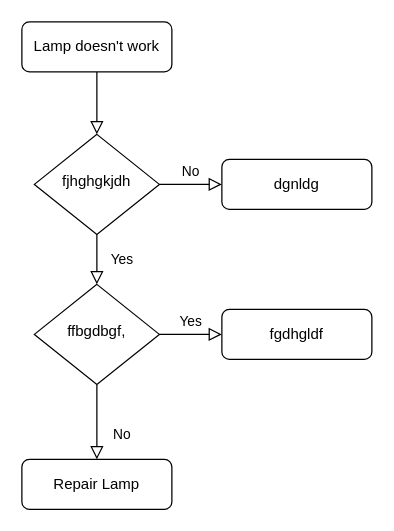
Before: Диаграмма без названия.drawio in P1ksel01/Chekmarev908, a draw.io diagram. Source tidied: cells renumbered, new cells numbered last; positions are measured from the earlier drawing's top-left corner, leaving out a move shared by most shapes. Both pictures are drawn from the tidied source at 125%, with x=0, y=0 at pixel (21, 21).
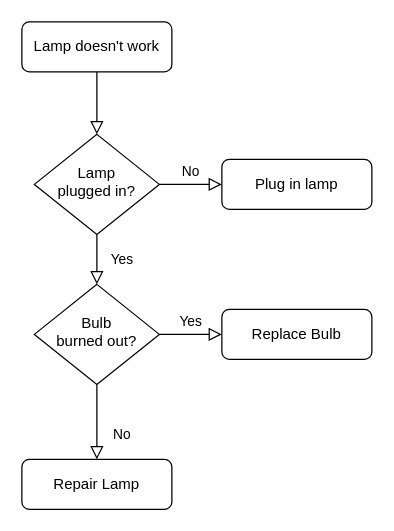
The same diagram, later.

What changed in the source:
```diff
@@
 <mxGraphModel>
   <root>
     <mxCell id="0" />
     <mxCell id="1" parent="0" />
     <mxCell id="2" style="rounded=0;html=1;jettySize=auto;fontSize=11;endArrow=block;endFill=0;endSize=8;strokeWidth=1;shadow=0;labelBackgroundColor=none;edgeStyle=orthogonalEdgeStyle;" parent="1" edge="1" source="3" target="6">
       <mxGeometry relative="1" as="geometry" />
     </mxCell>
     <mxCell id="3" value="Lamp doesn't work" style="rounded=1;whiteSpace=wrap;html=1;fontSize=12;glass=0;strokeWidth=1;shadow=0;" parent="1" vertex="1">
       <mxGeometry width="120" height="40" as="geometry" />
     </mxCell>
     <mxCell id="4" value="Yes" style="rounded=0;html=1;jettySize=auto;fontSize=11;endArrow=block;endFill=0;endSize=8;strokeWidth=1;shadow=0;labelBackgroundColor=none;edgeStyle=orthogonalEdgeStyle;" parent="1" edge="1" source="6" target="10">
       <mxGeometry y="20" relative="1" as="geometry" />
     </mxCell>
     <mxCell id="5" value="No" style="edgeStyle=orthogonalEdgeStyle;rounded=0;html=1;jettySize=auto;fontSize=11;endArrow=block;endFill=0;endSize=8;strokeWidth=1;shadow=0;labelBackgroundColor=none;" parent="1" edge="1" source="6" target="7">
       <mxGeometry y="10" relative="1" as="geometry" />
     </mxCell>
-    <mxCell id="6" value="fjhghgkjdh" style="rhombus;whiteSpace=wrap;html=1;shadow=0;fontFamily=Helvetica;fontSize=12;align=center;strokeWidth=1;spacing=6;spacingTop=-4;" parent="1" vertex="1">
+    <mxCell id="6" value="Lamp&lt;br&gt;plugged in?" style="rhombus;whiteSpace=wrap;html=1;shadow=0;fontFamily=Helvetica;fontSize=12;align=center;strokeWidth=1;spacing=6;spacingTop=-4;" parent="1" vertex="1">
       <mxGeometry x="10" y="90" width="100" height="80" as="geometry" />
     </mxCell>
-    <mxCell id="7" value="dgnldg" style="rounded=1;whiteSpace=wrap;html=1;fontSize=12;glass=0;strokeWidth=1;shadow=0;" parent="1" vertex="1">
+    <mxCell id="7" value="Plug in lamp" style="rounded=1;whiteSpace=wrap;html=1;fontSize=12;glass=0;strokeWidth=1;shadow=0;" parent="1" vertex="1">
       <mxGeometry x="160" y="110" width="120" height="40" as="geometry" />
     </mxCell>
     <mxCell id="8" value="No" style="rounded=0;html=1;jettySize=auto;fontSize=11;endArrow=block;endFill=0;endSize=8;strokeWidth=1;shadow=0;labelBackgroundColor=none;edgeStyle=orthogonalEdgeStyle;" parent="1" edge="1" source="10" target="11">
       <mxGeometry x="0.33" y="20" relative="1" as="geometry" />
     </mxCell>
     <mxCell id="9" value="Yes" style="edgeStyle=orthogonalEdgeStyle;rounded=0;html=1;jettySize=auto;fontSize=11;endArrow=block;endFill=0;endSize=8;strokeWidth=1;shadow=0;labelBackgroundColor=none;" parent="1" edge="1" source="10" target="12">
       <mxGeometry y="10" relative="1" as="geometry" />
     </mxCell>
-    <mxCell id="10" value="ffbgdbgf," style="rhombus;whiteSpace=wrap;html=1;shadow=0;fontFamily=Helvetica;fontSize=12;align=center;strokeWidth=1;spacing=6;spacingTop=-4;" parent="1" vertex="1">
+    <mxCell id="10" value="Bulb&lt;br&gt;burned out?" style="rhombus;whiteSpace=wrap;html=1;shadow=0;fontFamily=Helvetica;fontSize=12;align=center;strokeWidth=1;spacing=6;spacingTop=-4;" parent="1" vertex="1">
       <mxGeometry x="10" y="210" width="100" height="80" as="geometry" />
     </mxCell>
     <mxCell id="11" value="Repair Lamp" style="rounded=1;whiteSpace=wrap;html=1;fontSize=12;glass=0;strokeWidth=1;shadow=0;" parent="1" vertex="1">
       <mxGeometry y="350" width="120" height="40" as="geometry" />
     </mxCell>
-    <mxCell id="12" value="fgdhgldf" style="rounded=1;whiteSpace=wrap;html=1;fontSize=12;glass=0;strokeWidth=1;shadow=0;" parent="1" vertex="1">
+    <mxCell id="12" value="Replace Bulb" style="rounded=1;whiteSpace=wrap;html=1;fontSize=12;glass=0;strokeWidth=1;shadow=0;" parent="1" vertex="1">
       <mxGeometry x="160" y="230" width="120" height="40" as="geometry" />
     </mxCell>
   </root>
 </mxGraphModel>
```
